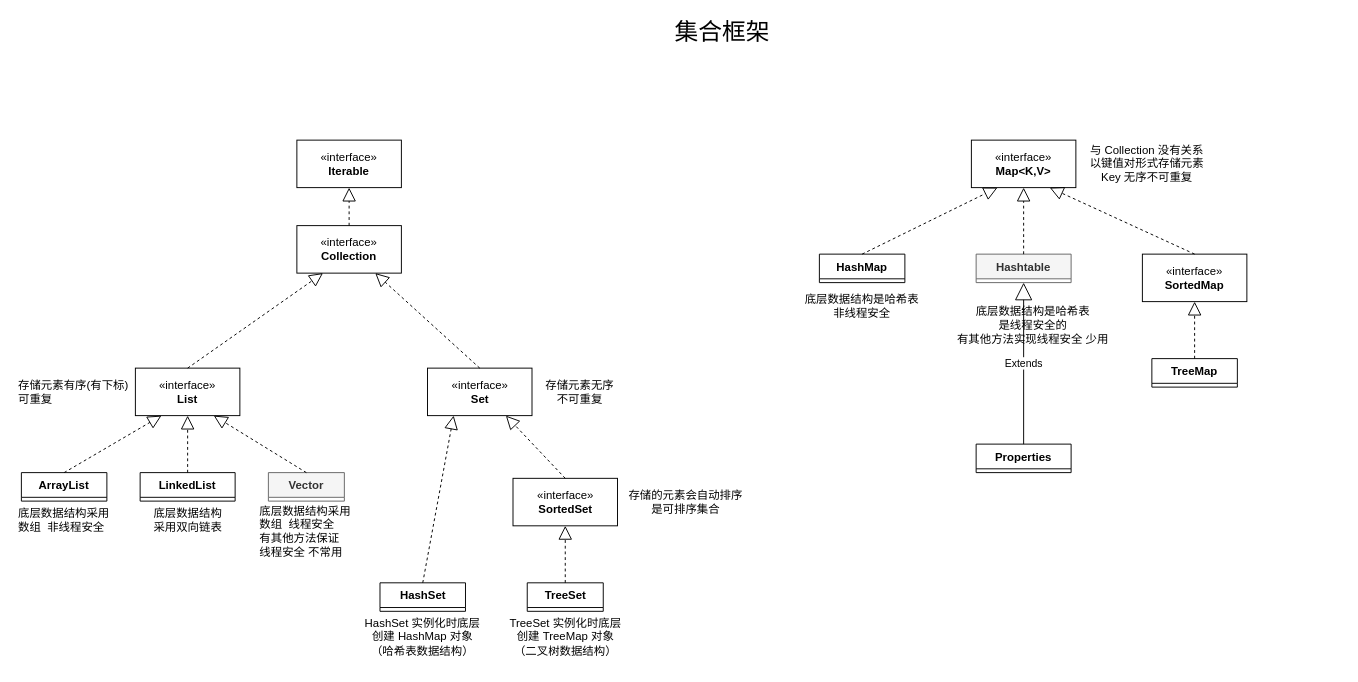
Before: 未命名绘图.drawio in Bluuur/draw.io, a draw.io diagram. Source tidied: cells renumbered, new cells numbered last; positions are measured from the earlier drawing's top-left corner, leaving out a move shared by most shapes. Both pictures are drawn from the tidied source at 95%, with x=0, y=0 at pixel (16, 16).
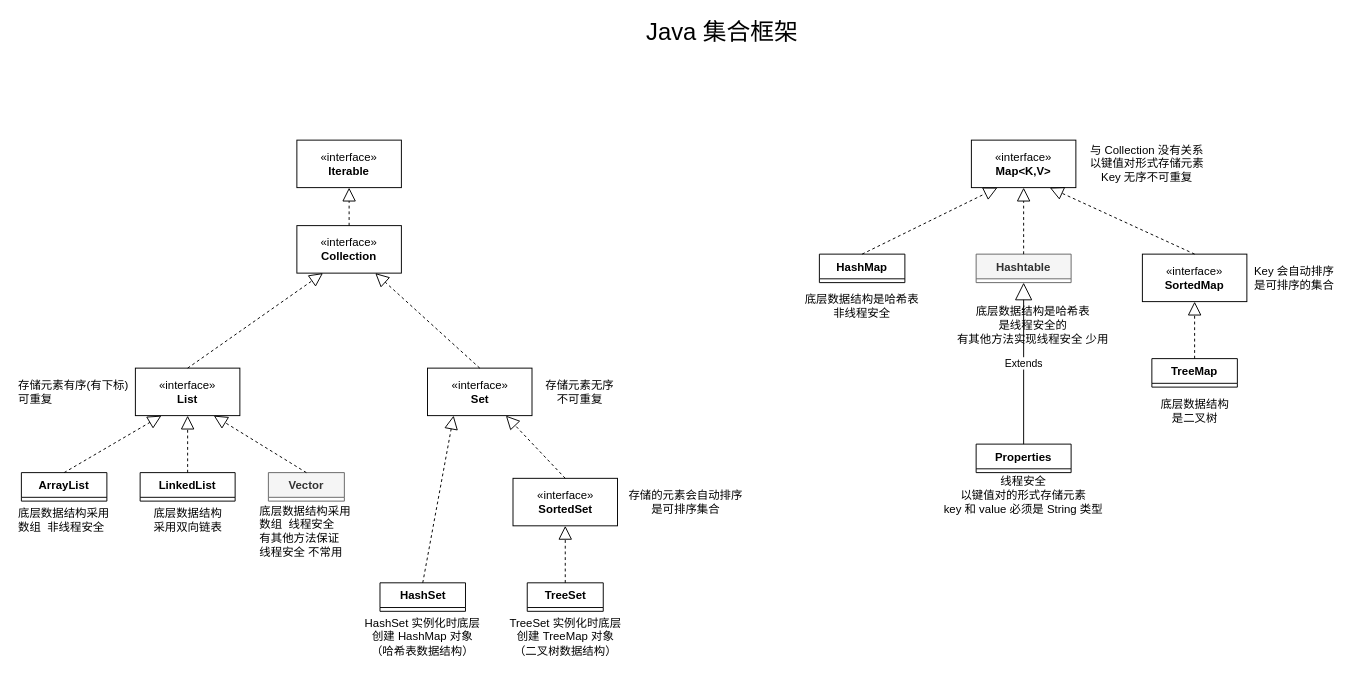
After the change.

Commit message:
更新未命名绘图.drawio

Diff of the diagram source:
```diff
@@
-    <mxCell id="39" value="&lt;font style=&quot;font-size: 25px;&quot;&gt;集合框架&lt;/font&gt;" style="text;html=1;strokeColor=none;fillColor=none;align=center;verticalAlign=middle;whiteSpace=wrap;rounded=0;" parent="1" vertex="1">
+    <mxCell id="39" value="&lt;font style=&quot;font-size: 25px;&quot;&gt;Java 集合框架&lt;/font&gt;" style="text;html=1;strokeColor=none;fillColor=none;align=center;verticalAlign=middle;whiteSpace=wrap;rounded=0;" parent="1" vertex="1">
       <mxGeometry x="642.5" width="200" height="30" as="geometry" />
     </mxCell>
@@
+    <mxCell id="44" value="Key 会自动排序&lt;br&gt;是可排序的集合" style="text;html=1;strokeColor=none;fillColor=none;align=center;verticalAlign=middle;whiteSpace=wrap;rounded=0;" parent="1" vertex="1">
+      <mxGeometry x="1295" y="260" width="100" height="30" as="geometry" />
+    </mxCell>
+    <mxCell id="45" value="底层数据结构是二叉树" style="text;html=1;strokeColor=none;fillColor=none;align=center;verticalAlign=middle;whiteSpace=wrap;rounded=0;" parent="1" vertex="1">
+      <mxGeometry x="1197.5" y="400" width="85" height="30" as="geometry" />
+    </mxCell>
+    <mxCell id="46" value="线程安全&lt;br&gt;以键值对的形式存储元素&lt;br&gt;key 和 value 必须是 String 类型" style="text;html=1;strokeColor=none;fillColor=none;align=center;verticalAlign=middle;whiteSpace=wrap;rounded=0;" parent="1" vertex="1">
+      <mxGeometry x="971.2" y="472" width="177.5" height="64" as="geometry" />
+    </mxCell>
```
